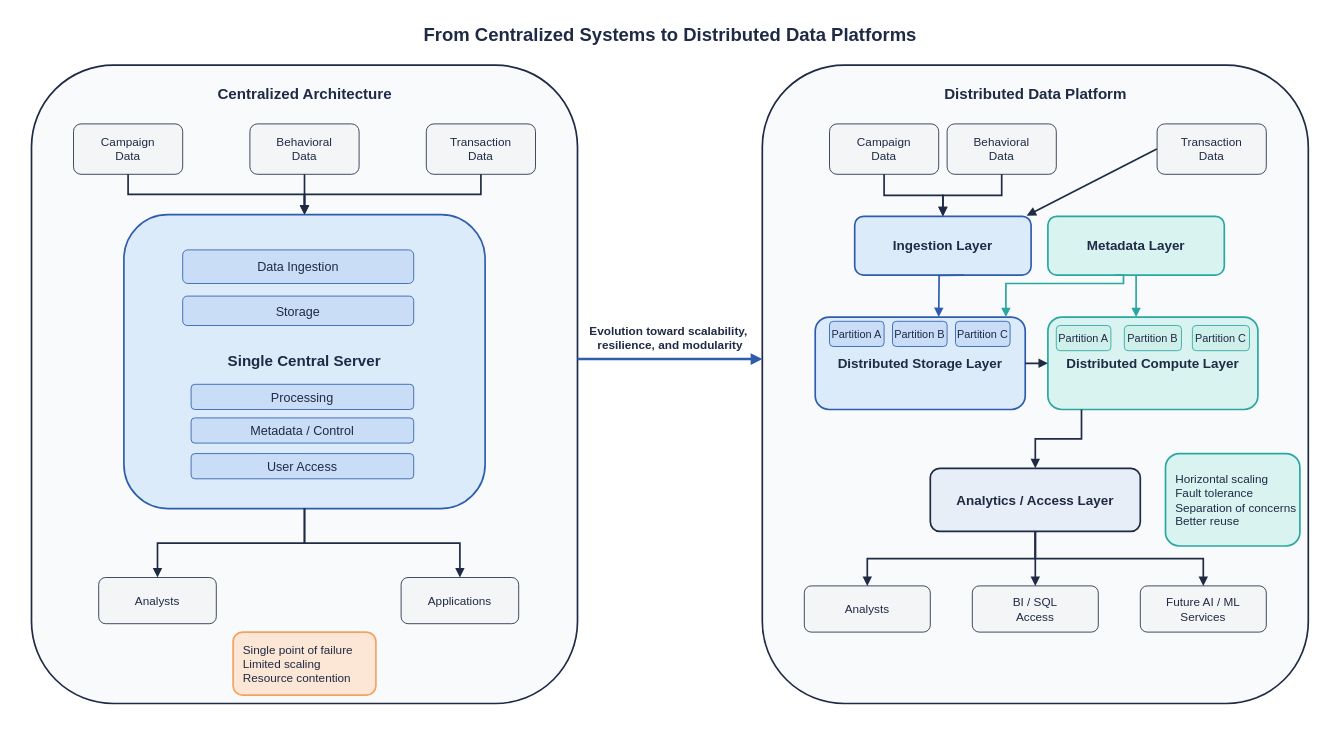
Earlier version of the draw.io diagram CustomerDNA AI/project_presentation/PFE_report/90_assets/diagrams_drawio/chapter_2/fig_2_1_centralized_vs_distributed.drawio (AIT-LAHCEN-REDOUAN/distributed-lakehouse-data-platform). Source tidied: cells renumbered, new cells numbered last; positions are measured from the earlier drawing's top-left corner, leaving out a move shared by most shapes. Both pictures are drawn from the tidied source at 84%, with x=0, y=0 at pixel (31, 23).
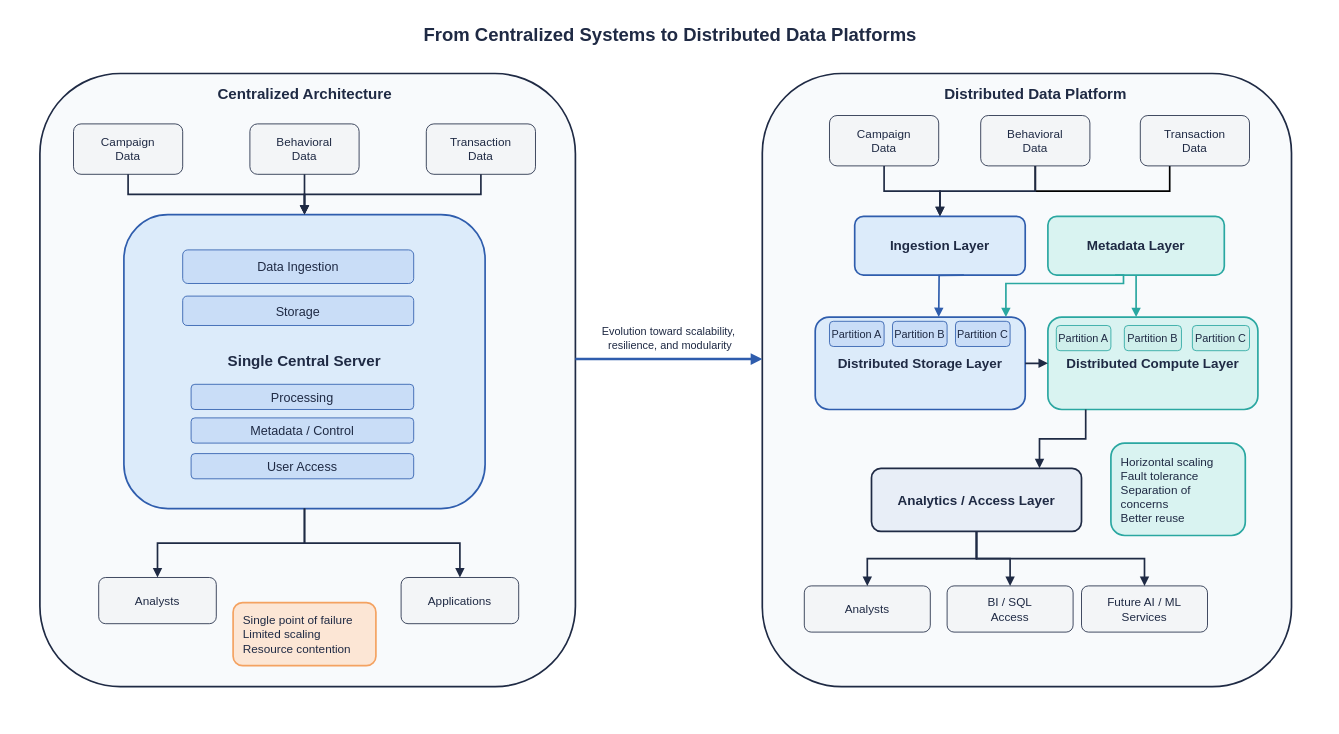
After the change.

Unchanged cells that the change refers to:
```xml
<mxCell id="26" value="Distributed Compute Layer" style="rounded=1;whiteSpace=wrap;html=1;fillColor=#D9F3F1;strokeColor=#2AA7A1;strokeWidth=2;fontSize=16;fontStyle=1;fontColor=#1F2A44;" parent="1" vertex="1">
  <mxGeometry x="1210" y="350" width="250" height="110" as="geometry" />
</mxCell>
```

The edit, as a diff of the source:
```diff
@@
+    <mxCell id="55" style="rounded=0;whiteSpace=wrap;html=1;fillColor=none;strokeColor=none;fillOpacity=0;strokeOpacity=0;" parent="1" vertex="1">
+      <mxGeometry x="-20" y="-10" width="1560" height="840" as="geometry" />
+    </mxCell>
@@
     <mxCell id="3" style="rounded=1;whiteSpace=wrap;html=1;fillColor=#F8FAFC;strokeColor=#1F2A44;strokeWidth=2;" parent="1" vertex="1">
-      <mxGeometry y="50" width="650" height="760" as="geometry" />
+      <mxGeometry x="10" y="60" width="637.5" height="730" as="geometry" />
     </mxCell>
     <mxCell id="4" style="rounded=1;whiteSpace=wrap;html=1;fillColor=#F8FAFC;strokeColor=#1F2A44;strokeWidth=2;" parent="1" vertex="1">
-      <mxGeometry x="870" y="50" width="650" height="760" as="geometry" />
+      <mxGeometry x="870" y="60" width="630" height="730" as="geometry" />
     </mxCell>
@@
     <mxCell id="16" value="Single point of failure&#10;Limited scaling&#10;Resource contention" style="rounded=1;whiteSpace=wrap;html=1;fillColor=#FCE6D5;strokeColor=#F4A261;strokeWidth=2;fontSize=14;fontColor=#1F2A44;align=left;spacingLeft=10;" parent="1" vertex="1">
-      <mxGeometry x="240" y="725" width="170" height="75" as="geometry" />
+      <mxGeometry x="240" y="690" width="170" height="75" as="geometry" />
     </mxCell>
@@
-    <mxCell id="19" value="Evolution toward scalability,&amp;nbsp;&lt;div&gt;resilience, and modularity&lt;/div&gt;" style="text;html=1;strokeColor=none;fillColor=none;align=center;verticalAlign=middle;fontSize=14;fontStyle=1;fontColor=#1F2A44;" parent="1" vertex="1">
+    <mxCell id="19" value="Evolution toward scalability,&amp;nbsp;&lt;div&gt;resilience, and modularity&lt;/div&gt;" style="text;html=1;strokeColor=none;fillColor=none;align=center;verticalAlign=middle;fontSize=13;fontColor=#1F2A44;" parent="1" vertex="1">
       <mxGeometry x="665" y="355" width="190" height="40" as="geometry" />
     </mxCell>
     <mxCell id="20" value="Campaign&#10;Data" style="rounded=1;whiteSpace=wrap;html=1;fillColor=#F3F5F7;strokeColor=#1F2A44;fontSize=14;fontColor=#1F2A44;" parent="1" vertex="1">
-      <mxGeometry x="950" y="120" width="130" height="60" as="geometry" />
+      <mxGeometry x="950" y="110" width="130" height="60" as="geometry" />
     </mxCell>
     <mxCell id="21" value="Behavioral&#10;Data" style="rounded=1;whiteSpace=wrap;html=1;fillColor=#F3F5F7;strokeColor=#1F2A44;fontSize=14;fontColor=#1F2A44;" parent="1" vertex="1">
-      <mxGeometry x="1090" y="120" width="130" height="60" as="geometry" />
+      <mxGeometry x="1130" y="110" width="130" height="60" as="geometry" />
     </mxCell>
+    <mxCell id="56" style="edgeStyle=orthogonalEdgeStyle;rounded=0;jettySize=auto;html=1;endArrow=none;endFill=0;strokeWidth=2;" parent="1" edge="1" source="22" target="21">
+      <mxGeometry relative="1" as="geometry">
+        <Array as="points">
+          <mxPoint x="1355" y="200" />
+          <mxPoint x="1195" y="200" />
+        </Array>
+      </mxGeometry>
+    </mxCell>
     <mxCell id="22" value="Transaction&#10;Data" style="rounded=1;whiteSpace=wrap;html=1;fillColor=#F3F5F7;strokeColor=#1F2A44;fontSize=14;fontColor=#1F2A44;" parent="1" vertex="1">
-      <mxGeometry x="1340" y="120" width="130" height="60" as="geometry" />
+      <mxGeometry x="1320" y="110" width="130" height="60" as="geometry" />
     </mxCell>
     <mxCell id="23" value="Ingestion Layer" style="rounded=1;whiteSpace=wrap;html=1;fillColor=#DCEBFA;strokeColor=#2F5DAD;strokeWidth=2;fontSize=16;fontStyle=1;fontColor=#1F2A44;" parent="1" vertex="1">
-      <mxGeometry x="980" y="230" width="210" height="70" as="geometry" />
+      <mxGeometry x="980" y="230" width="203" height="70" as="geometry" />
     </mxCell>
@@
     <mxCell id="33" value="Analytics / Access Layer" style="rounded=1;whiteSpace=wrap;html=1;fillColor=#E8EEF7;strokeColor=#1F2A44;strokeWidth=2;fontSize=16;fontStyle=1;fontColor=#1F2A44;" parent="1" vertex="1">
-      <mxGeometry x="1070" y="530" width="250" height="75" as="geometry" />
+      <mxGeometry x="1000" y="530" width="250" height="75" as="geometry" />
     </mxCell>
@@
     <mxCell id="35" value="BI / SQL&#10;Access" style="rounded=1;whiteSpace=wrap;html=1;fillColor=#F3F5F7;strokeColor=#1F2A44;fontSize=14;fontColor=#1F2A44;" parent="1" vertex="1">
-      <mxGeometry x="1120" y="670" width="150" height="55" as="geometry" />
+      <mxGeometry x="1090" y="670" width="150" height="55" as="geometry" />
     </mxCell>
     <mxCell id="36" value="Future AI / ML&#10;Services" style="rounded=1;whiteSpace=wrap;html=1;fillColor=#F3F5F7;strokeColor=#1F2A44;fontSize=14;fontColor=#1F2A44;" parent="1" vertex="1">
-      <mxGeometry x="1320" y="670" width="150" height="55" as="geometry" />
+      <mxGeometry x="1250" y="670" width="150" height="55" as="geometry" />
     </mxCell>
-    <mxCell id="37" value="Horizontal scaling&#10;Fault tolerance&#10;Separation of concerns&#10;Better reuse" style="rounded=1;whiteSpace=wrap;html=1;fillColor=#D9F3F1;strokeColor=#2AA7A1;strokeWidth=2;fontSize=14;fontColor=#1F2A44;align=left;spacingLeft=10;" parent="1" vertex="1">
-      <mxGeometry x="1350" y="512.5" width="160" height="110" as="geometry" />
+    <mxCell id="37" value="Horizontal scaling&#10;Fault tolerance&#10;Separation of concerns&#10;Better reuse" style="rounded=1;whiteSpace=wrap;html=1;fillColor=#D9F3F1;strokeColor=#2AA7A1;strokeWidth=2;fontSize=14;fontColor=#1F2A44;align=left;spacingLeft=10;spacingTop=8;spacingRight=8;spacingBottom=6;" parent="1" vertex="1">
+      <mxGeometry x="1285" y="500" width="160" height="110" as="geometry" />
     </mxCell>
@@
-    <mxCell id="46" style="rounded=0;jettySize=auto;html=1;endArrow=block;endFill=1;strokeColor=#1F2A44;strokeWidth=2;entryX=0.975;entryY=-0.01;entryDx=0;entryDy=0;entryPerimeter=0;" parent="1" edge="1" target="23">
-      <mxGeometry relative="1" as="geometry">
-        <mxPoint x="1339.6" y="150" as="sourcePoint" />
-      </mxGeometry>
-    </mxCell>
@@
-    <mxCell id="51" style="edgeStyle=orthogonalEdgeStyle;rounded=0;jettySize=auto;html=1;endArrow=block;endFill=1;strokeColor=#1F2A44;strokeWidth=2;" parent="1" edge="1" source="26" target="33">
+    <mxCell id="51" style="edgeStyle=orthogonalEdgeStyle;rounded=0;orthogonalLoop=1;jettySize=auto;html=1;endArrow=block;endFill=1;strokeColor=#1F2A44;strokeWidth=2;" parent="1" edge="1">
       <mxGeometry relative="1" as="geometry">
+        <mxPoint x="1255" y="460" as="sourcePoint" />
+        <mxPoint x="1200" y="530" as="targetPoint" />
         <Array as="points">
-          <mxPoint x="1250" y="495" />
-          <mxPoint x="1195" y="495" />
+          <mxPoint x="1255" y="495" />
+          <mxPoint x="1200" y="495" />
         </Array>
       </mxGeometry>
     </mxCell>
```
